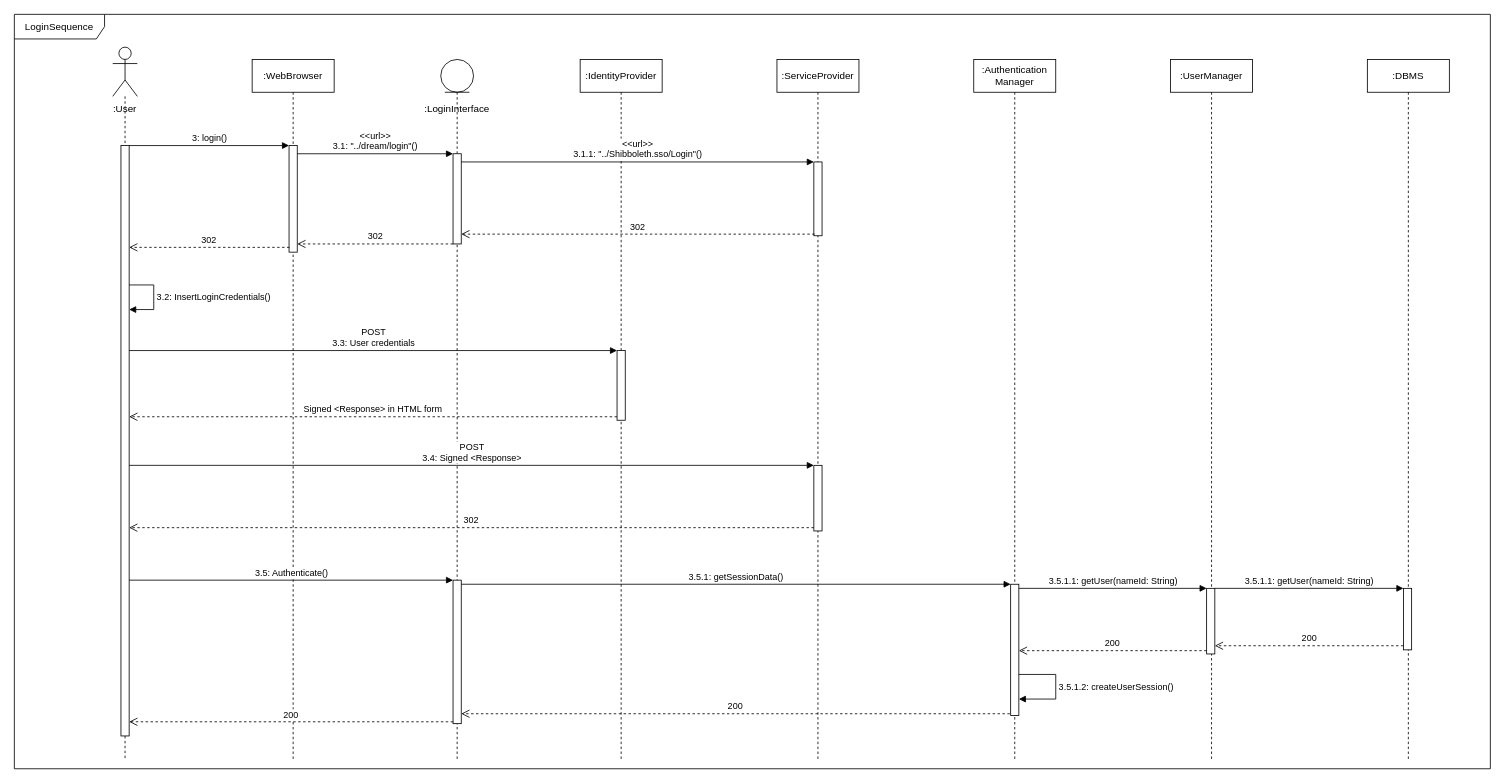
The draw.io diagram page "Login" (2 of 14) of DD Diagrams/RunTimeViewDiagram.drawio in matteovisotto/SE2-CecchettoSirianiVisotto, before the edit. Source tidied: cells renumbered, new cells numbered last; positions are measured from the earlier drawing's top-left corner, leaving out a move shared by most shapes. Both pictures are drawn from the tidied source at 82%, with x=0, y=0 at pixel (14, 14).
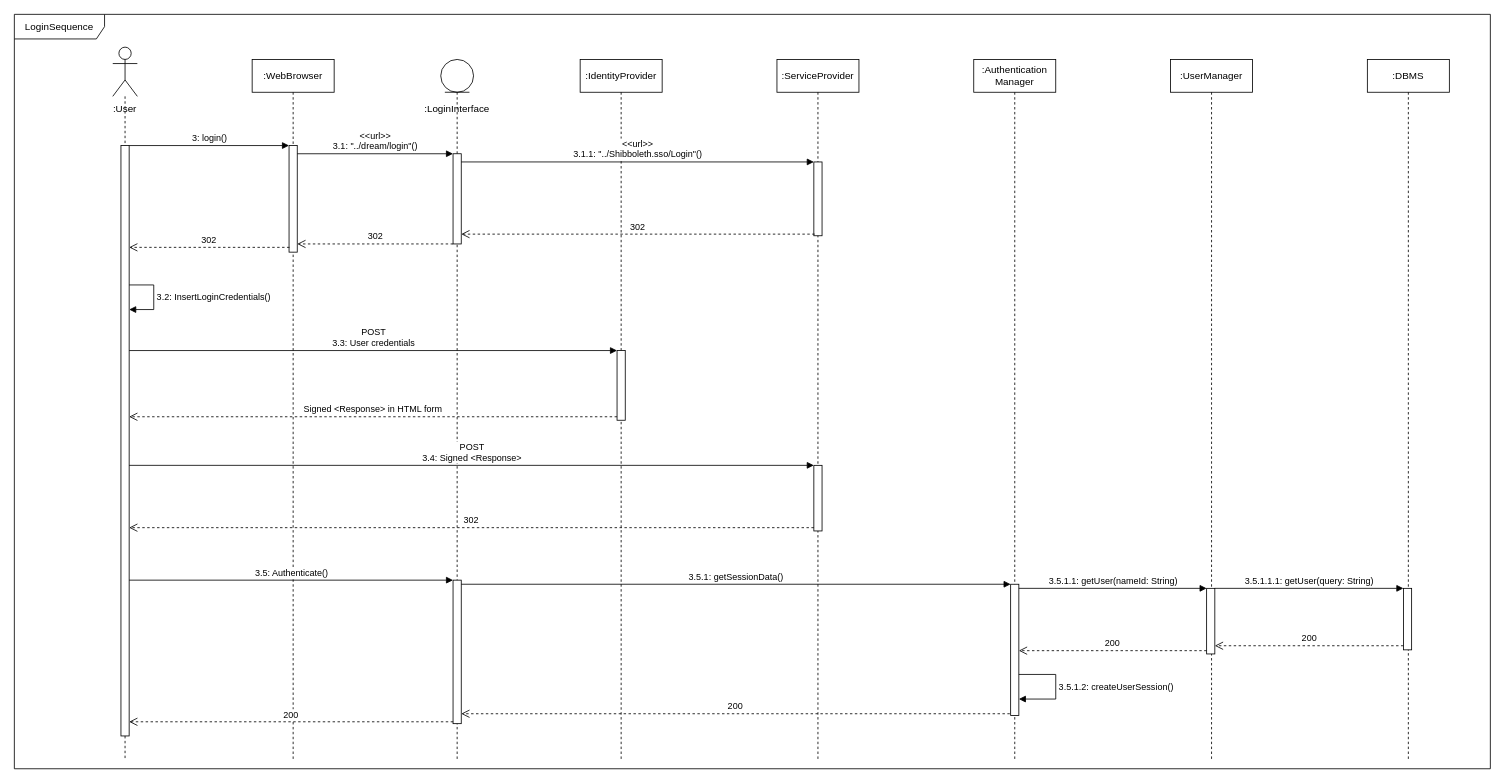
The same page after the edit.

The change refers to these unchanged cells:
```xml
<mxCell id="4" style="html=1;points=[];perimeter=orthogonalPerimeter;" parent="3" vertex="1">
  <mxGeometry x="44" y="645" width="10" height="80" as="geometry" />
</mxCell>
<mxCell id="40" style="html=1;points=[];perimeter=orthogonalPerimeter;" parent="39" vertex="1">
  <mxGeometry x="44" y="645" width="10" height="75" as="geometry" />
</mxCell>
```

Change to the diagram source:
```diff
@@
-    <mxCell id="41" value="3.5.1.1: getUser(nameId: String)" style="html=1;verticalAlign=bottom;endArrow=block;rounded=0;" parent="1" edge="1" source="4" target="40">
+    <mxCell id="41" value="3.5.1.1.1: getUser(query: String)" style="html=1;verticalAlign=bottom;endArrow=block;rounded=0;" parent="1" edge="1" source="4" target="40">
       <mxGeometry relative="1" as="geometry">
         <Array as="points">
           <mxPoint x="1530" y="700" />
         </Array>
       </mxGeometry>
     </mxCell>
```
